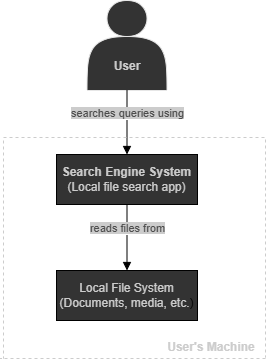
Earlier version of the draw.io export SystemContext.png (arianaturc/Search_Engine). Source tidied: cells renumbered, new cells last; positions are measured from the earlier drawing's top-left corner, leaving out a move shared by most shapes. Its diagram source:
```xml
<mxGraphModel background="#ffffff">
  <root>
    <mxCell id="0" />
    <mxCell id="1" parent="0" />
    <mxCell id="2" style="shape=actor;whiteSpace=wrap;html=1;fillColor=#333333;strokeColor=#E6E6E6;labelBackgroundColor=#000000;" parent="1" vertex="1">
      <mxGeometry x="86.5" width="80" height="90" as="geometry" />
    </mxCell>
    <mxCell id="3" value="&lt;b&gt;&lt;font style=&quot;color: rgb(204, 204, 204);&quot;&gt;User&lt;/font&gt;&lt;/b&gt;" style="text;html=1;whiteSpace=wrap;strokeColor=none;fillColor=none;align=center;verticalAlign=middle;rounded=0;" parent="1" vertex="1">
      <mxGeometry x="96.5" y="51" width="60" height="30" as="geometry" />
    </mxCell>
    <mxCell id="4" value="&lt;font style=&quot;color: rgb(77, 77, 77); background-color: rgb(204, 204, 204);&quot;&gt;searches queries using&lt;/font&gt;" style="html=1;verticalAlign=bottom;endArrow=block;curved=0;rounded=0;exitX=0.5;exitY=1;exitDx=0;exitDy=0;entryX=0.5;entryY=0;entryDx=0;entryDy=0;" parent="1" edge="1" source="2" target="5">
      <mxGeometry relative="1" as="geometry" />
    </mxCell>
    <mxCell id="5" value="&lt;b&gt;&lt;font style=&quot;color: rgb(204, 204, 204);&quot;&gt;Search Engine System&lt;/font&gt;&lt;/b&gt;&lt;div&gt;&lt;font style=&quot;color: rgb(204, 204, 204);&quot;&gt;(Local file search app)&lt;/font&gt;&lt;/div&gt;" style="html=1;whiteSpace=wrap;fillColor=#333333;" parent="1" vertex="1">
      <mxGeometry x="56" y="154" width="141" height="50" as="geometry" />
    </mxCell>
    <mxCell id="6" value="&lt;font style=&quot;background-color: light-dark(rgb(204, 204, 204), rgb(237, 237, 237)); color: rgb(77, 77, 77);&quot;&gt;reads files from&lt;/font&gt;" style="html=1;verticalAlign=bottom;endArrow=block;curved=0;rounded=0;exitX=0.5;exitY=1;exitDx=0;exitDy=0;entryX=0.5;entryY=0;entryDx=0;entryDy=0;" parent="1" edge="1" source="5" target="7">
      <mxGeometry relative="1" as="geometry" />
    </mxCell>
    <mxCell id="7" value="&lt;font style=&quot;color: rgb(204, 204, 204);&quot;&gt;Local File System&lt;/font&gt;&lt;div&gt;&lt;font style=&quot;color: rgb(204, 204, 204);&quot;&gt;(Documents, media, etc.&lt;/font&gt;)&lt;/div&gt;" style="html=1;whiteSpace=wrap;fillColor=#333333;" parent="1" vertex="1">
      <mxGeometry x="56" y="270" width="141" height="50" as="geometry" />
    </mxCell>
    <mxCell id="8" style="endArrow=none;dashed=1;html=1;rounded=0;strokeColor=#CCCCCC;" parent="1" edge="1">
      <mxGeometry relative="1" as="geometry">
        <mxPoint x="264" y="137" as="sourcePoint" />
        <mxPoint x="2" y="137" as="targetPoint" />
      </mxGeometry>
    </mxCell>
    <mxCell id="9" style="endArrow=none;dashed=1;html=1;rounded=0;strokeColor=#CCCCCC;" parent="1" edge="1">
      <mxGeometry relative="1" as="geometry">
        <mxPoint x="265" y="358" as="sourcePoint" />
        <mxPoint y="358" as="targetPoint" />
      </mxGeometry>
    </mxCell>
    <mxCell id="10" style="endArrow=none;dashed=1;html=1;rounded=0;jumpStyle=line;strokeColor=#CCCCCC;" parent="1" edge="1">
      <mxGeometry relative="1" as="geometry">
        <mxPoint x="265" y="139" as="sourcePoint" />
        <mxPoint x="265" y="357" as="targetPoint" />
      </mxGeometry>
    </mxCell>
    <mxCell id="11" style="endArrow=none;dashed=1;html=1;rounded=0;jumpStyle=line;strokeColor=#CCCCCC;" parent="1" edge="1">
      <mxGeometry relative="1" as="geometry">
        <mxPoint x="3" y="140" as="sourcePoint" />
        <mxPoint x="3" y="358" as="targetPoint" />
      </mxGeometry>
    </mxCell>
    <mxCell id="12" value="&lt;b&gt;&lt;font style=&quot;color: rgb(204, 204, 204);&quot;&gt;User's Machine&lt;/font&gt;&lt;/b&gt;" style="text;html=1;whiteSpace=wrap;strokeColor=none;fillColor=none;align=center;verticalAlign=middle;rounded=0;" parent="1" vertex="1">
      <mxGeometry x="159" y="332" width="104" height="30" as="geometry" />
    </mxCell>
  </root>
</mxGraphModel>
```
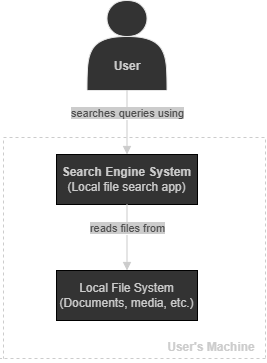
Above is the later version.

Commit message:
System Context

The edit, as a diff of the source:
```diff
@@ -8,16 +8,16 @@
     <mxCell id="3" value="&lt;b&gt;&lt;font style=&quot;color: rgb(204, 204, 204);&quot;&gt;User&lt;/font&gt;&lt;/b&gt;" style="text;html=1;whiteSpace=wrap;strokeColor=none;fillColor=none;align=center;verticalAlign=middle;rounded=0;" parent="1" vertex="1">
       <mxGeometry x="96.5" y="51" width="60" height="30" as="geometry" />
     </mxCell>
-    <mxCell id="4" value="&lt;font style=&quot;color: rgb(77, 77, 77); background-color: rgb(204, 204, 204);&quot;&gt;searches queries using&lt;/font&gt;" style="html=1;verticalAlign=bottom;endArrow=block;curved=0;rounded=0;exitX=0.5;exitY=1;exitDx=0;exitDy=0;entryX=0.5;entryY=0;entryDx=0;entryDy=0;" parent="1" edge="1" source="2" target="5">
+    <mxCell id="4" value="&lt;font style=&quot;color: rgb(77, 77, 77); background-color: rgb(204, 204, 204);&quot;&gt;searches queries using&lt;/font&gt;" style="html=1;verticalAlign=bottom;endArrow=block;curved=0;rounded=0;exitX=0.5;exitY=1;exitDx=0;exitDy=0;entryX=0.5;entryY=0;entryDx=0;entryDy=0;strokeColor=#CCCCCC;" parent="1" edge="1" source="2" target="5">
       <mxGeometry relative="1" as="geometry" />
     </mxCell>
     <mxCell id="5" value="&lt;b&gt;&lt;font style=&quot;color: rgb(204, 204, 204);&quot;&gt;Search Engine System&lt;/font&gt;&lt;/b&gt;&lt;div&gt;&lt;font style=&quot;color: rgb(204, 204, 204);&quot;&gt;(Local file search app)&lt;/font&gt;&lt;/div&gt;" style="html=1;whiteSpace=wrap;fillColor=#333333;" parent="1" vertex="1">
       <mxGeometry x="56" y="154" width="141" height="50" as="geometry" />
     </mxCell>
-    <mxCell id="6" value="&lt;font style=&quot;background-color: light-dark(rgb(204, 204, 204), rgb(237, 237, 237)); color: rgb(77, 77, 77);&quot;&gt;reads files from&lt;/font&gt;" style="html=1;verticalAlign=bottom;endArrow=block;curved=0;rounded=0;exitX=0.5;exitY=1;exitDx=0;exitDy=0;entryX=0.5;entryY=0;entryDx=0;entryDy=0;" parent="1" edge="1" source="5" target="7">
+    <mxCell id="6" value="&lt;font style=&quot;background-color: light-dark(rgb(204, 204, 204), rgb(237, 237, 237)); color: rgb(77, 77, 77);&quot;&gt;reads files from&lt;/font&gt;" style="html=1;verticalAlign=bottom;endArrow=block;curved=0;rounded=0;exitX=0.5;exitY=1;exitDx=0;exitDy=0;entryX=0.5;entryY=0;entryDx=0;entryDy=0;strokeColor=#CCCCCC;" parent="1" edge="1" source="5" target="7">
       <mxGeometry relative="1" as="geometry" />
     </mxCell>
-    <mxCell id="7" value="&lt;font style=&quot;color: rgb(204, 204, 204);&quot;&gt;Local File System&lt;/font&gt;&lt;div&gt;&lt;font style=&quot;color: rgb(204, 204, 204);&quot;&gt;(Documents, media, etc.&lt;/font&gt;)&lt;/div&gt;" style="html=1;whiteSpace=wrap;fillColor=#333333;" parent="1" vertex="1">
+    <mxCell id="7" value="&lt;font style=&quot;color: rgb(204, 204, 204);&quot;&gt;Local File System&lt;/font&gt;&lt;div&gt;&lt;font style=&quot;color: rgb(204, 204, 204);&quot;&gt;&lt;font style=&quot;color: rgb(204, 204, 204);&quot;&gt;(&lt;/font&gt;&lt;font style=&quot;color: rgb(204, 204, 204);&quot;&gt;Documents&lt;/font&gt;&lt;font style=&quot;color: rgb(204, 204, 204);&quot;&gt;, media, etc.&lt;/font&gt;)&lt;/font&gt;&lt;/div&gt;" style="html=1;whiteSpace=wrap;fillColor=#333333;" parent="1" vertex="1">
       <mxGeometry x="56" y="270" width="141" height="50" as="geometry" />
     </mxCell>
     <mxCell id="8" style="endArrow=none;dashed=1;html=1;rounded=0;strokeColor=#CCCCCC;" parent="1" edge="1">
```
